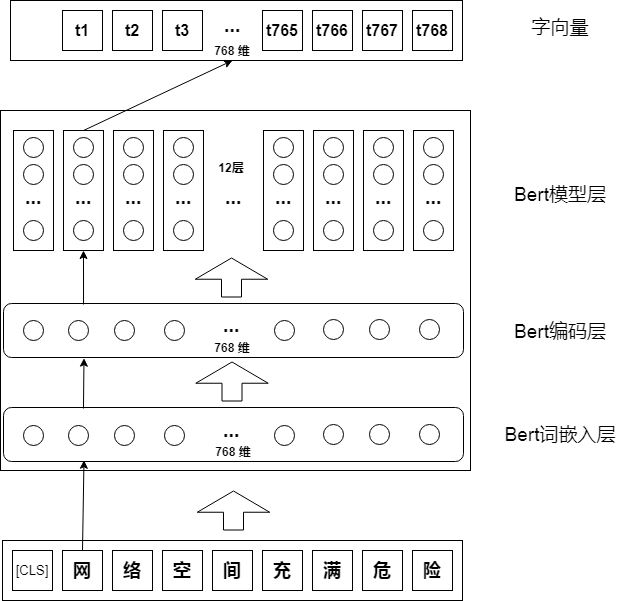
Earlier version of the draw.io export Bert-CN.png (yhx123hero/CyberspaceSecurity_NER). Source tidied: cells renumbered, new cells last; positions are measured from the earlier drawing's top-left corner, leaving out a move shared by most shapes.
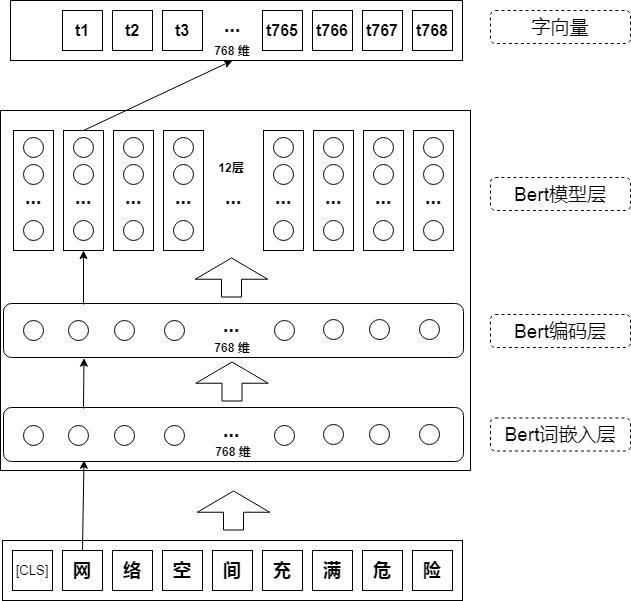
The same file after the commit.

Diff of the diagram source:
```diff
@@ -337,16 +337,16 @@
     <mxCell id="109" value="768 维" style="text;html=1;strokeColor=none;fillColor=none;align=center;verticalAlign=middle;whiteSpace=wrap;rounded=0;fontStyle=1;" parent="1" vertex="1">
       <mxGeometry x="197" y="40" width="70" height="20" as="geometry" />
     </mxCell>
-    <mxCell id="110" value="Bert模型层" style="text;html=1;align=center;verticalAlign=middle;whiteSpace=wrap;rounded=0;fontSize=19;dashed=1;" parent="1" vertex="1">
+    <mxCell id="110" value="Bert模型层" style="text;html=1;align=center;verticalAlign=middle;whiteSpace=wrap;rounded=1;fontSize=19;dashed=1;strokeColor=#000000;" parent="1" vertex="1">
       <mxGeometry x="490" y="177" width="140" height="33" as="geometry" />
     </mxCell>
-    <mxCell id="111" value="Bert编码层" style="text;html=1;align=center;verticalAlign=middle;whiteSpace=wrap;rounded=0;fontSize=19;dashed=1;" parent="1" vertex="1">
+    <mxCell id="111" value="Bert编码层" style="text;html=1;align=center;verticalAlign=middle;whiteSpace=wrap;rounded=1;fontSize=19;dashed=1;strokeColor=#000000;" parent="1" vertex="1">
       <mxGeometry x="490" y="314" width="140" height="33" as="geometry" />
     </mxCell>
-    <mxCell id="112" value="Bert词嵌入层" style="text;html=1;align=center;verticalAlign=middle;whiteSpace=wrap;rounded=0;fontSize=19;dashed=1;" parent="1" vertex="1">
+    <mxCell id="112" value="Bert词嵌入层" style="text;html=1;align=center;verticalAlign=middle;whiteSpace=wrap;rounded=1;fontSize=19;dashed=1;strokeColor=#000000;" parent="1" vertex="1">
       <mxGeometry x="490" y="417.5" width="140" height="33" as="geometry" />
     </mxCell>
-    <mxCell id="113" value="字向量" style="text;html=1;align=center;verticalAlign=middle;whiteSpace=wrap;rounded=0;fontSize=19;dashed=1;" parent="1" vertex="1">
+    <mxCell id="113" value="字向量" style="text;html=1;align=center;verticalAlign=middle;whiteSpace=wrap;rounded=1;fontSize=19;dashed=1;strokeColor=#000000;" parent="1" vertex="1">
       <mxGeometry x="490" y="10" width="140" height="33" as="geometry" />
     </mxCell>
   </root>
```
